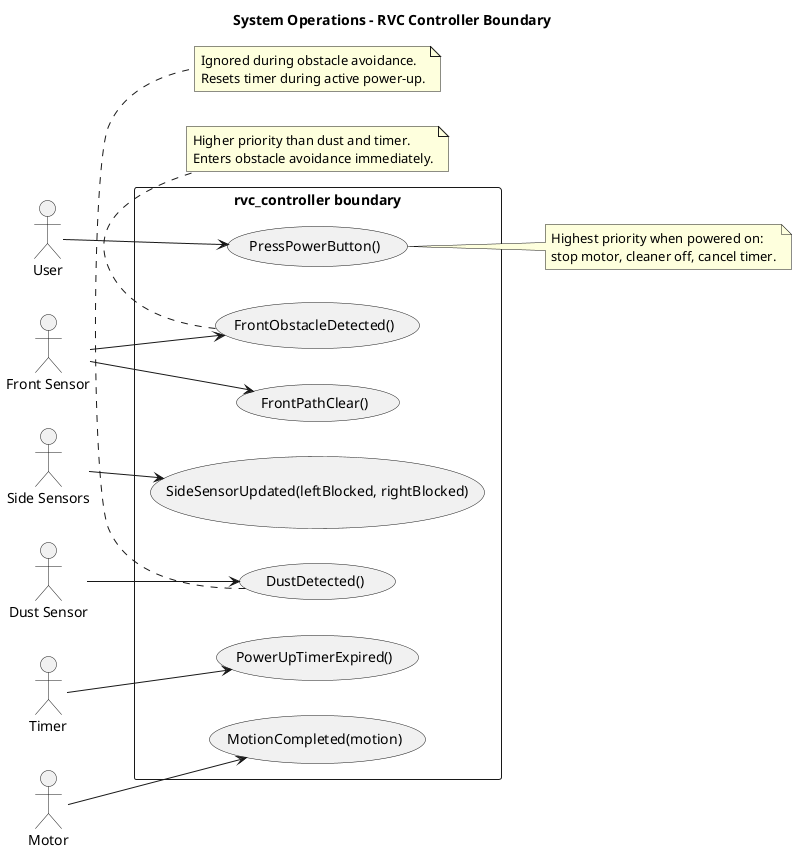
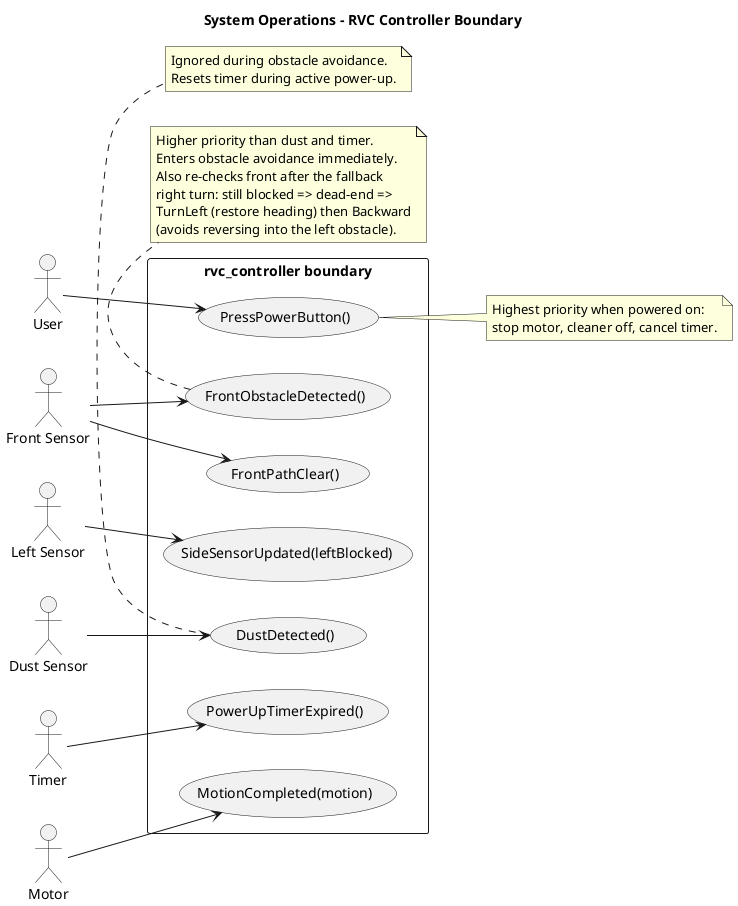
@startuml
title System Operations - RVC Controller Boundary

left to right direction
skinparam packageStyle rectangle

+ ' [CHG-001] Right Sensor 제거: Side Sensors -> Left Sensor, SideSensorUpdated(leftBlocked)
actor User
actor "Front Sensor" as FrontSensor
- actor "Side Sensors" as SideSensors
+ actor "Left Sensor" as LeftSensor
actor "Dust Sensor" as DustSensor
actor Timer
actor Motor

rectangle "rvc_controller boundary" {
  usecase "PressPowerButton()" as OpPower
  usecase "FrontObstacleDetected()" as OpFrontObstacle
  usecase "FrontPathClear()" as OpFrontClear
-   usecase "SideSensorUpdated(leftBlocked, rightBlocked)" as OpSide
+   usecase "SideSensorUpdated(leftBlocked)" as OpSide
  usecase "DustDetected()" as OpDust
  usecase "PowerUpTimerExpired()" as OpTimer
  usecase "MotionCompleted(motion)" as OpMotion
}

User --> OpPower
FrontSensor --> OpFrontObstacle
FrontSensor --> OpFrontClear
- SideSensors --> OpSide
+ LeftSensor --> OpSide
DustSensor --> OpDust
Timer --> OpTimer
Motor --> OpMotion

note right of OpPower
Highest priority when powered on:
stop motor, cleaner off, cancel timer.
end note

note bottom of OpFrontObstacle
Higher priority than dust and timer.
Enters obstacle avoidance immediately.
+ Also re-checks front after the fallback
+ right turn: still blocked => dead-end =>
+ TurnLeft (restore heading) then Backward
+ (avoids reversing into the left obstacle).
end note

note bottom of OpDust
Ignored during obstacle avoidance.
Resets timer during active power-up.
end note
@enduml
